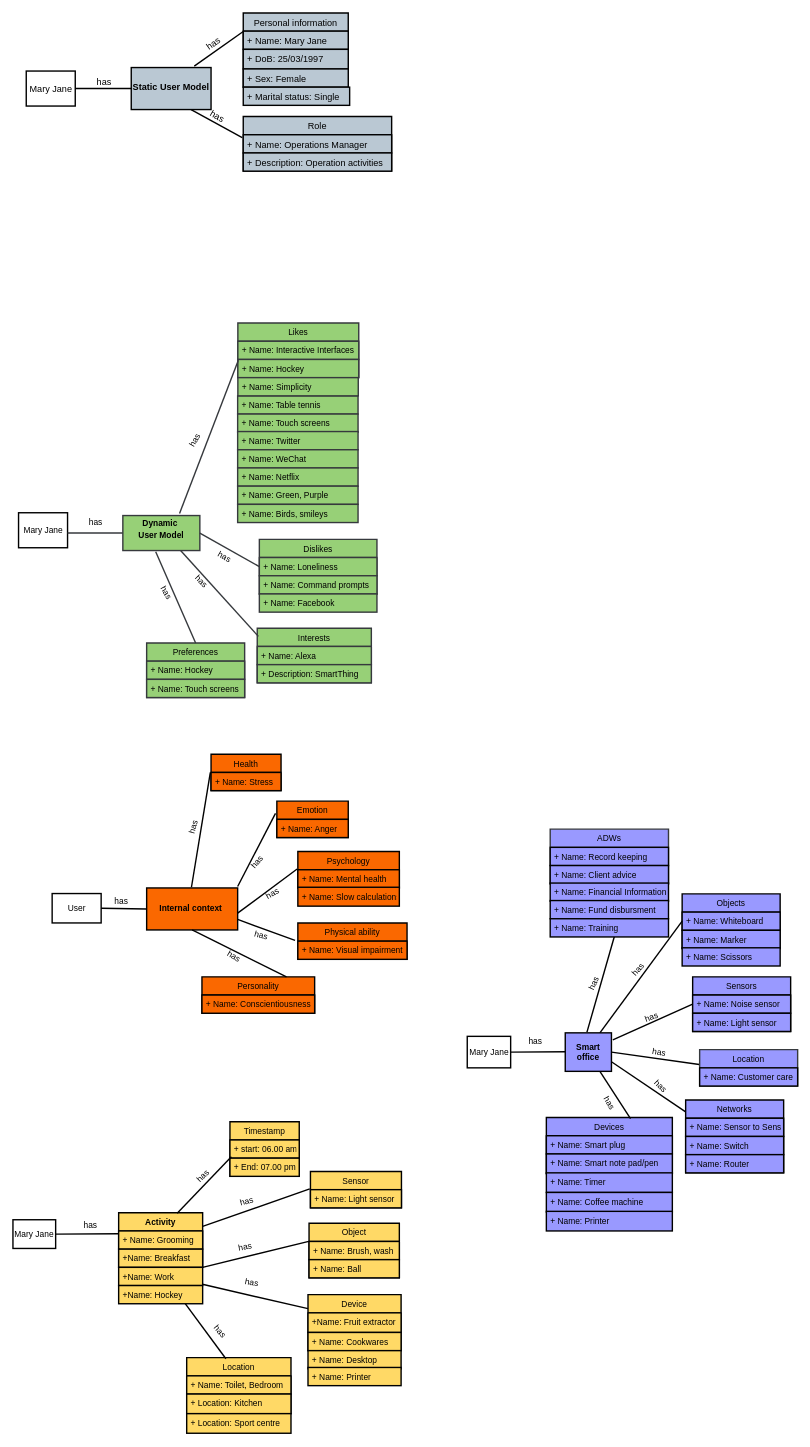
oluwande/zmPDSwR keeps this draw.io diagram as User model implemetations.drawio. Above is the earlier version. Source tidied: cells renumbered, new cells numbered last; positions are measured from the earlier drawing's top-left corner, leaving out a move shared by most shapes. Both pictures are drawn from the tidied source at 70%, with x=0, y=0 at pixel (13, 13).
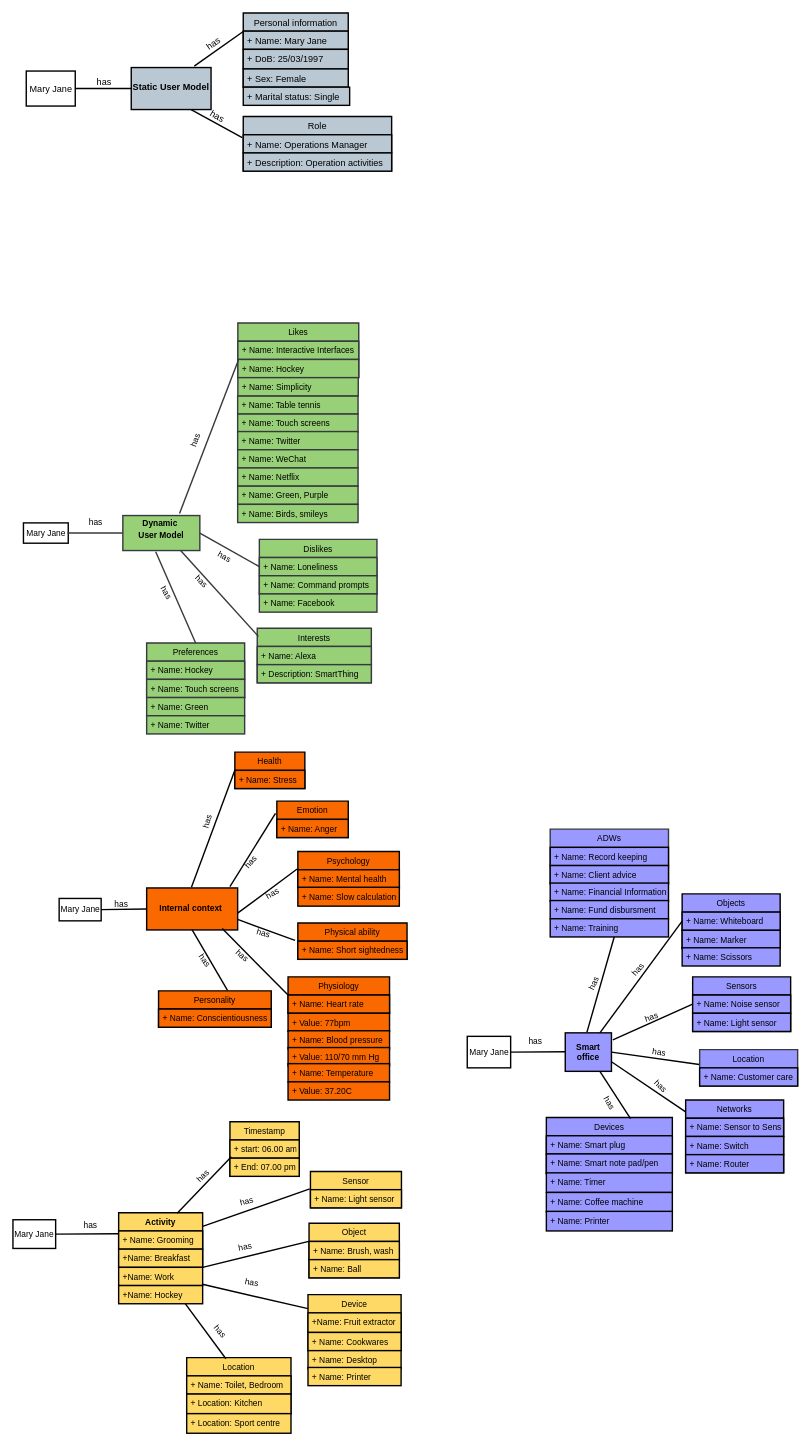
The same diagram, later.

Unchanged cells that the change refers to:
```xml
<mxCell id="53" value="Emotion" style="swimlane;fontStyle=0;align=center;verticalAlign=top;horizontal=1;startSize=26;fillColor=#FA6800;strokeColor=#000000;strokeWidth=2;fontColor=#000000;fontSize=12;" parent="1" vertex="1">
  <mxGeometry x="377" y="1126" width="102" height="52" as="geometry" />
</mxCell>
<mxCell id="63" value="Physical ability" style="swimlane;fontStyle=0;align=center;verticalAlign=top;horizontal=1;startSize=26;fillColor=#FA6800;strokeColor=#000000;strokeWidth=2;fontColor=#000000;fontSize=12;" parent="1" vertex="1">
  <mxGeometry x="407" y="1300" width="156" height="52" as="geometry" />
</mxCell>
<mxCell id="67" value="&lt;b style=&quot;font-size: 12px;&quot;&gt;Internal context&amp;nbsp;&lt;/b&gt;" style="rounded=0;whiteSpace=wrap;html=1;strokeColor=#000000;strokeWidth=2;fillColor=#FA6800;fontSize=12;" parent="1" vertex="1">
  <mxGeometry x="191" y="1250" width="130" height="60" as="geometry" />
</mxCell>
```

What changed in the source:
```diff
@@
     <mxCell id="18" value="Mary Jane" style="html=1;strokeWidth=2;" parent="1" vertex="1">
-      <mxGeometry x="8" y="714" width="70" height="50" as="geometry" />
+      <mxGeometry x="15" y="728.5" width="64" height="29" as="geometry" />
     </mxCell>
@@
-    <mxCell id="38" value="has" style="text;html=1;align=center;verticalAlign=middle;strokeColor=#FFFFFF;fillColor=#FFFFFF;rotation=-60;strokeWidth=0;" parent="1" vertex="1">
-      <mxGeometry x="245" y="601" width="30" height="20" as="geometry" />
+    <mxCell id="38" value="has" style="text;html=1;align=center;verticalAlign=middle;strokeColor=#FFFFFF;fillColor=#FFFFFF;rotation=-70;strokeWidth=0;" parent="1" vertex="1">
+      <mxGeometry x="246" y="601" width="30" height="20" as="geometry" />
     </mxCell>
@@
-    <mxCell id="48" value="User" style="html=1;fontSize=12;strokeWidth=2;" parent="1" vertex="1">
-      <mxGeometry x="56" y="1258" width="70" height="42" as="geometry" />
+    <mxCell id="48" value="Mary Jane" style="html=1;fontSize=12;strokeWidth=2;" parent="1" vertex="1">
+      <mxGeometry x="66" y="1265" width="60" height="32" as="geometry" />
     </mxCell>
@@
     <mxCell id="51" value="Health" style="swimlane;fontStyle=0;align=center;verticalAlign=top;horizontal=1;startSize=26;fillColor=#fa6800;strokeColor=#000000;strokeWidth=2;fontColor=#000000;fontSize=12;" parent="1" vertex="1">
-      <mxGeometry x="283" y="1059" width="100" height="52" as="geometry" />
+      <mxGeometry x="317" y="1056" width="100" height="52" as="geometry" />
     </mxCell>
@@
-    <mxCell id="55" style="endArrow=none;html=1;rounded=0;fontSize=12;strokeWidth=2;entryX=0;entryY=0.5;entryDx=0;entryDy=0;" parent="1" edge="1">
+    <mxCell id="55" style="endArrow=none;html=1;rounded=0;fontSize=12;strokeWidth=2;entryX=0;entryY=0.5;entryDx=0;entryDy=0;" parent="1" edge="1" target="51">
       <mxGeometry relative="1" as="geometry">
         <mxPoint x="255" y="1249" as="sourcePoint" />
-        <mxPoint x="282" y="1085" as="targetPoint" />
       </mxGeometry>
     </mxCell>
-    <mxCell id="56" style="endArrow=none;html=1;rounded=0;exitX=1;exitY=0.25;exitDx=0;exitDy=0;entryX=-0.019;entryY=0.337;entryDx=0;entryDy=0;entryPerimeter=0;fontSize=12;strokeWidth=2;" parent="1" edge="1" target="53">
+    <mxCell id="56" style="endArrow=none;html=1;rounded=0;entryX=-0.019;entryY=0.337;entryDx=0;entryDy=0;entryPerimeter=0;fontSize=12;strokeWidth=2;" parent="1" edge="1" target="53">
       <mxGeometry relative="1" as="geometry">
-        <mxPoint x="321" y="1248" as="sourcePoint" />
+        <mxPoint x="310" y="1248" as="sourcePoint" />
       </mxGeometry>
     </mxCell>
@@
     <mxCell id="59" value="has" style="text;html=1;strokeColor=none;fillColor=none;align=center;verticalAlign=middle;whiteSpace=wrap;rounded=0;fontSize=12;strokeWidth=2;" parent="1" vertex="1">
-      <mxGeometry x="125" y="1255" width="60" height="30" as="geometry" />
+      <mxGeometry x="125" y="1258" width="60" height="30" as="geometry" />
     </mxCell>
     <mxCell id="60" value="has" style="text;html=1;strokeColor=none;fillColor=none;align=center;verticalAlign=middle;whiteSpace=wrap;rounded=0;rotation=-75;fontSize=12;strokeWidth=2;" parent="1" vertex="1">
-      <mxGeometry x="228.2" y="1148" width="60" height="30" as="geometry" />
+      <mxGeometry x="248.2" y="1140" width="60" height="30" as="geometry" />
     </mxCell>
     <mxCell id="61" value="has" style="text;html=1;strokeColor=none;fillColor=none;align=center;verticalAlign=middle;whiteSpace=wrap;rounded=0;rotation=-50;fontSize=12;strokeWidth=2;" parent="1" vertex="1">
-      <mxGeometry x="319.3" y="1198" width="60" height="30" as="geometry" />
+      <mxGeometry x="310.3" y="1198" width="60" height="30" as="geometry" />
     </mxCell>
@@
-    <mxCell id="64" value="+ Name: Visual impairment" style="text;strokeColor=#000000;fillColor=#FA6800;align=left;verticalAlign=top;spacingLeft=4;spacingRight=4;overflow=hidden;strokeWidth=2;fontColor=#000000;fontSize=12;" parent="63" vertex="1">
+    <mxCell id="64" value="+ Name: Short sightedness" style="text;strokeColor=#000000;fillColor=#FA6800;align=left;verticalAlign=top;spacingLeft=4;spacingRight=4;overflow=hidden;strokeWidth=2;fontColor=#000000;fontSize=12;" parent="63" vertex="1">
       <mxGeometry y="26" width="156" height="26" as="geometry" />
     </mxCell>
@@
     <mxCell id="66" value="has" style="text;html=1;strokeColor=none;fillColor=none;align=center;verticalAlign=middle;whiteSpace=wrap;rounded=0;rotation=15;fontSize=12;strokeWidth=2;" parent="1" vertex="1">
-      <mxGeometry x="325" y="1303" width="60" height="30" as="geometry" />
+      <mxGeometry x="328" y="1300" width="60" height="30" as="geometry" />
     </mxCell>
@@
     <mxCell id="68" value="Personality" style="swimlane;fontStyle=0;align=center;verticalAlign=top;horizontal=1;startSize=26;fillColor=#FA6800;strokeColor=#000000;strokeWidth=2;fontColor=#000000;fontSize=12;" parent="1" vertex="1">
-      <mxGeometry x="270" y="1377" width="161" height="52" as="geometry" />
+      <mxGeometry x="208" y="1397" width="161" height="52" as="geometry" />
     </mxCell>
@@
-    <mxCell id="71" style="endArrow=none;html=1;rounded=0;exitX=0.75;exitY=0;exitDx=0;exitDy=0;entryX=0.5;entryY=1;entryDx=0;entryDy=0;strokeWidth=2;fontSize=12;" parent="1" edge="1" source="68" target="67">
+    <mxCell id="71" style="endArrow=none;html=1;rounded=0;exitX=0.612;exitY=-0.015;exitDx=0;exitDy=0;entryX=0.5;entryY=1;entryDx=0;entryDy=0;strokeWidth=2;fontSize=12;exitPerimeter=0;" parent="1" edge="1" source="68" target="67">
       <mxGeometry relative="1" as="geometry" />
     </mxCell>
-    <mxCell id="72" value="has" style="text;html=1;strokeColor=none;fillColor=none;align=center;verticalAlign=middle;whiteSpace=wrap;rounded=0;rotation=30;fontSize=12;strokeWidth=2;" parent="1" vertex="1">
-      <mxGeometry x="286" y="1333" width="60" height="30" as="geometry" />
+    <mxCell id="72" value="has" style="text;html=1;strokeColor=none;fillColor=none;align=center;verticalAlign=middle;whiteSpace=wrap;rounded=0;rotation=55;fontSize=12;strokeWidth=2;" parent="1" vertex="1">
+      <mxGeometry x="244.2" y="1339" width="60" height="30" as="geometry" />
     </mxCell>
@@
+    <mxCell id="152" value="+ Name: Green" style="text;strokeColor=#36393d;fillColor=#97D077;align=left;verticalAlign=top;spacingLeft=4;spacingRight=4;overflow=hidden;strokeWidth=2;" parent="1" vertex="1">
+      <mxGeometry x="191" y="978" width="140" height="26" as="geometry" />
+    </mxCell>
+    <mxCell id="153" value="+ Name: Twitter" style="text;strokeColor=#36393d;fillColor=#97D077;align=left;verticalAlign=top;spacingLeft=4;spacingRight=4;overflow=hidden;strokeWidth=2;" parent="1" vertex="1">
+      <mxGeometry x="191" y="1004" width="140" height="26" as="geometry" />
+    </mxCell>
+    <mxCell id="154" value="Physiology" style="swimlane;fontStyle=0;align=center;verticalAlign=top;horizontal=1;startSize=26;fillColor=#fa6800;strokeColor=#000000;strokeWidth=2;fontColor=#000000;fontSize=12;" parent="1" vertex="1">
+      <mxGeometry x="393" y="1377" width="145" height="52" as="geometry" />
+    </mxCell>
+    <mxCell id="155" value="+ Name: Heart rate" style="text;strokeColor=#000000;fillColor=#fa6800;align=left;verticalAlign=top;spacingLeft=4;spacingRight=4;overflow=hidden;strokeWidth=2;fontColor=#000000;fontSize=12;" parent="154" vertex="1">
+      <mxGeometry y="26" width="145" height="26" as="geometry" />
+    </mxCell>
+    <mxCell id="156" value="+ Value: 77bpm" style="text;strokeColor=#000000;fillColor=#fa6800;align=left;verticalAlign=top;spacingLeft=4;spacingRight=4;overflow=hidden;strokeWidth=2;fontColor=#000000;fontSize=12;" parent="1" vertex="1">
+      <mxGeometry x="393" y="1429" width="145" height="26" as="geometry" />
+    </mxCell>
+    <mxCell id="157" value="+ Name: Blood pressure" style="text;strokeColor=#000000;fillColor=#fa6800;align=left;verticalAlign=top;spacingLeft=4;spacingRight=4;overflow=hidden;strokeWidth=2;fontColor=#000000;fontSize=12;" parent="1" vertex="1">
+      <mxGeometry x="393" y="1454" width="145" height="26" as="geometry" />
+    </mxCell>
+    <mxCell id="158" value="+ Value: 110/70 mm Hg" style="text;strokeColor=#000000;fillColor=#fa6800;align=left;verticalAlign=top;spacingLeft=4;spacingRight=4;overflow=hidden;strokeWidth=2;fontColor=#000000;fontSize=12;" parent="1" vertex="1">
+      <mxGeometry x="393" y="1478" width="145" height="26" as="geometry" />
+    </mxCell>
+    <mxCell id="159" value="+ Name: Temperature" style="text;strokeColor=#000000;fillColor=#fa6800;align=left;verticalAlign=top;spacingLeft=4;spacingRight=4;overflow=hidden;strokeWidth=2;fontColor=#000000;fontSize=12;" parent="1" vertex="1">
+      <mxGeometry x="393" y="1501" width="145" height="26" as="geometry" />
+    </mxCell>
+    <mxCell id="160" value="+ Value: 37.20C" style="text;strokeColor=#000000;fillColor=#fa6800;align=left;verticalAlign=top;spacingLeft=4;spacingRight=4;overflow=hidden;strokeWidth=2;fontColor=#000000;fontSize=12;" parent="1" vertex="1">
+      <mxGeometry x="393" y="1527" width="145" height="26" as="geometry" />
+    </mxCell>
+    <mxCell id="161" style="endArrow=none;html=1;rounded=0;entryX=0;entryY=0.5;entryDx=0;entryDy=0;strokeWidth=2;" parent="1" edge="1" target="154">
+      <mxGeometry relative="1" as="geometry">
+        <mxPoint x="299" y="1308" as="sourcePoint" />
+      </mxGeometry>
+    </mxCell>
+    <mxCell id="162" value="has" style="text;html=1;strokeColor=none;fillColor=none;align=center;verticalAlign=middle;whiteSpace=wrap;rounded=0;rotation=40;fontSize=12;strokeWidth=2;" parent="1" vertex="1">
+      <mxGeometry x="298" y="1331.5" width="60" height="30" as="geometry" />
+    </mxCell>
```
